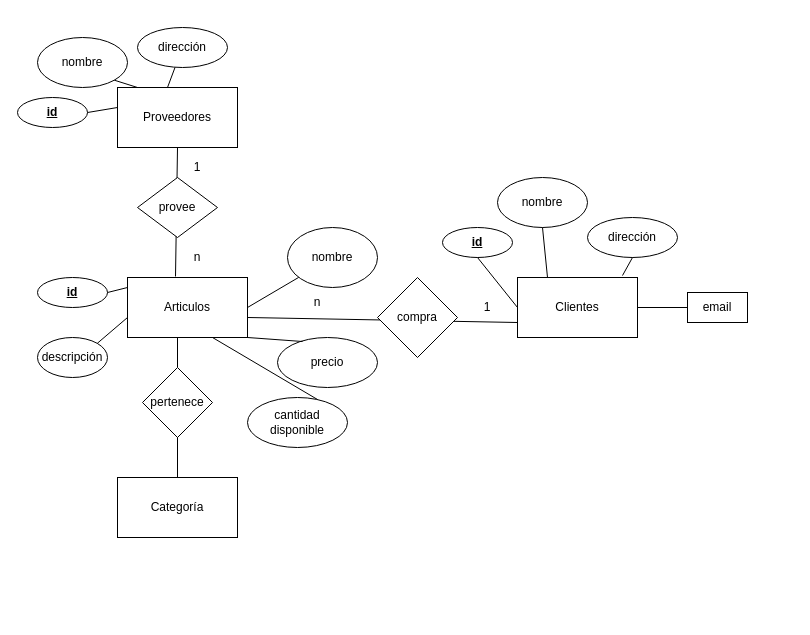
Before: Untitled Diagram.drawio in vivianabm/api-alternativo, a draw.io diagram. Source tidied: cells renumbered, new cells numbered last; positions are measured from the earlier drawing's top-left corner, leaving out a move shared by most shapes. Both pictures are drawn from the tidied source at 100%, with x=0, y=0 at pixel (17, 27).
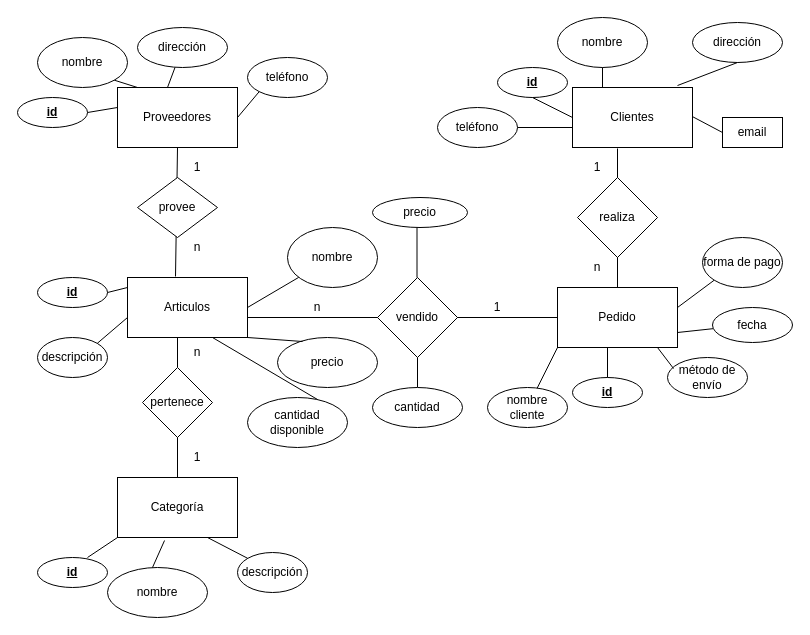
The same diagram, later.

The change refers to these unchanged cells:
```xml
<mxCell id="18" value="Categoría" style="rounded=0;whiteSpace=wrap;html=1;" parent="1" vertex="1">
  <mxGeometry x="100" y="450" width="120" height="60" as="geometry" />
</mxCell>
```

Diff of the diagram source:
```diff
@@
-    <mxCell id="4" value="Clientes" style="rounded=0;whiteSpace=wrap;html=1;" parent="1" vertex="1">
-      <mxGeometry x="500" y="250" width="120" height="60" as="geometry" />
-    </mxCell>
@@
-    <mxCell id="22" style="endArrow=none;html=1;entryX=0;entryY=0.75;entryDx=0;entryDy=0;" parent="1" edge="1" target="4">
+    <mxCell id="22" style="endArrow=none;html=1;" parent="1" edge="1">
       <mxGeometry relative="1" as="geometry">
         <mxPoint x="230" y="290" as="sourcePoint" />
+        <mxPoint x="540" y="290" as="targetPoint" />
       </mxGeometry>
     </mxCell>
@@
     <mxCell id="29" value="&lt;b&gt;&lt;u&gt;id&lt;/u&gt;&lt;/b&gt;" style="ellipse;whiteSpace=wrap;html=1;" parent="1" vertex="1">
-      <mxGeometry x="425" y="200" width="70" height="30" as="geometry" />
+      <mxGeometry x="480" y="40" width="70" height="30" as="geometry" />
     </mxCell>
     <mxCell id="30" value="nombre" style="ellipse;whiteSpace=wrap;html=1;" parent="1" vertex="1">
-      <mxGeometry x="480" y="150" width="90" height="50" as="geometry" />
+      <mxGeometry x="540" y="-10" width="90" height="50" as="geometry" />
     </mxCell>
     <mxCell id="31" value="dirección" style="ellipse;whiteSpace=wrap;html=1;" parent="1" vertex="1">
-      <mxGeometry x="570" y="190" width="90" height="40" as="geometry" />
+      <mxGeometry x="675" y="-5" width="90" height="40" as="geometry" />
     </mxCell>
@@
-    <mxCell id="35" value="1" style="text;html=1;strokeColor=none;fillColor=none;align=center;verticalAlign=middle;whiteSpace=wrap;rounded=0;" parent="1" vertex="1">
-      <mxGeometry x="160" y="130" width="40" height="20" as="geometry" />
-    </mxCell>
-    <mxCell id="36" value="n" style="text;html=1;strokeColor=none;fillColor=none;align=center;verticalAlign=middle;whiteSpace=wrap;rounded=0;" parent="1" vertex="1">
-      <mxGeometry x="160" y="220" width="40" height="20" as="geometry" />
-    </mxCell>
-    <mxCell id="37" value="compra" style="rhombus;whiteSpace=wrap;html=1;" parent="1" vertex="1">
+    <mxCell id="37" value="vendido" style="rhombus;whiteSpace=wrap;html=1;" parent="1" vertex="1">
       <mxGeometry x="360" y="250" width="80" height="80" as="geometry" />
     </mxCell>
-    <mxCell id="38" value="1" style="text;html=1;strokeColor=none;fillColor=none;align=center;verticalAlign=middle;whiteSpace=wrap;rounded=0;" parent="1" vertex="1">
-      <mxGeometry x="450" y="265" width="40" height="30" as="geometry" />
-    </mxCell>
-    <mxCell id="39" value="n" style="text;html=1;strokeColor=none;fillColor=none;align=center;verticalAlign=middle;whiteSpace=wrap;rounded=0;" parent="1" vertex="1">
-      <mxGeometry x="280" y="265" width="40" height="20" as="geometry" />
-    </mxCell>
     <mxCell id="40" value="email" style="rounded=0;whiteSpace=wrap;html=1;" parent="1" vertex="1">
-      <mxGeometry x="670" y="265" width="60" height="30" as="geometry" />
+      <mxGeometry x="705" y="90" width="60" height="30" as="geometry" />
     </mxCell>
-    <mxCell id="41" style="endArrow=none;html=1;entryX=0;entryY=0.5;entryDx=0;entryDy=0;" parent="1" edge="1" target="40">
+    <mxCell id="41" style="endArrow=none;html=1;entryX=0;entryY=0.5;entryDx=0;entryDy=0;startArrow=none;" parent="1" edge="1" source="4" target="40">
       <mxGeometry relative="1" as="geometry">
-        <mxPoint x="620" y="280" as="sourcePoint" />
+        <Array as="points">
+          <mxPoint x="620" y="60" />
+        </Array>
       </mxGeometry>
     </mxCell>
+    <mxCell id="42" style="endArrow=none;html=1;exitX=0.5;exitY=1;exitDx=0;exitDy=0;" parent="1" edge="1" source="37" target="43">
+      <mxGeometry relative="1" as="geometry" />
+    </mxCell>
+    <mxCell id="43" value="cantidad" style="ellipse;whiteSpace=wrap;html=1;" parent="1" vertex="1">
+      <mxGeometry x="355" y="360" width="90" height="40" as="geometry" />
+    </mxCell>
+    <mxCell id="4" value="Clientes" style="rounded=0;whiteSpace=wrap;html=1;" parent="1" vertex="1">
+      <mxGeometry x="555" y="60" width="120" height="60" as="geometry" />
+    </mxCell>
+    <mxCell id="44" value="Pedido" style="rounded=0;whiteSpace=wrap;html=1;" parent="1" vertex="1">
+      <mxGeometry x="540" y="260" width="120" height="60" as="geometry" />
+    </mxCell>
+    <mxCell id="45" style="endArrow=none;html=1;" parent="1" edge="1">
+      <mxGeometry relative="1" as="geometry">
+        <mxPoint x="600" y="260" as="sourcePoint" />
+        <mxPoint x="600" y="121" as="targetPoint" />
+      </mxGeometry>
+    </mxCell>
+    <mxCell id="46" value="nombre" style="ellipse;whiteSpace=wrap;html=1;" parent="1" vertex="1">
+      <mxGeometry x="90" y="540" width="100" height="50" as="geometry" />
+    </mxCell>
+    <mxCell id="47" style="endArrow=none;html=1;entryX=0.392;entryY=1.05;entryDx=0;entryDy=0;entryPerimeter=0;" parent="1" edge="1" target="18">
+      <mxGeometry relative="1" as="geometry">
+        <mxPoint x="135" y="540" as="sourcePoint" />
+      </mxGeometry>
+    </mxCell>
+    <mxCell id="48" value="&lt;b&gt;&lt;u&gt;id&lt;/u&gt;&lt;/b&gt;" style="ellipse;whiteSpace=wrap;html=1;" parent="1" vertex="1">
+      <mxGeometry x="20" y="530" width="70" height="30" as="geometry" />
+    </mxCell>
+    <mxCell id="49" style="endArrow=none;html=1;entryX=0;entryY=1;entryDx=0;entryDy=0;" parent="1" edge="1" target="18">
+      <mxGeometry relative="1" as="geometry">
+        <mxPoint x="70" y="530" as="sourcePoint" />
+      </mxGeometry>
+    </mxCell>
+    <mxCell id="50" value="descripción" style="ellipse;whiteSpace=wrap;html=1;" parent="1" vertex="1">
+      <mxGeometry x="220" y="525" width="70" height="40" as="geometry" />
+    </mxCell>
+    <mxCell id="51" style="endArrow=none;html=1;exitX=0;exitY=0;exitDx=0;exitDy=0;entryX=0.75;entryY=1;entryDx=0;entryDy=0;" parent="1" edge="1" source="50" target="18">
+      <mxGeometry relative="1" as="geometry" />
+    </mxCell>
+    <mxCell id="52" value="&lt;b&gt;&lt;u&gt;id&lt;/u&gt;&lt;/b&gt;" style="ellipse;whiteSpace=wrap;html=1;" parent="1" vertex="1">
+      <mxGeometry x="555" y="350" width="70" height="30" as="geometry" />
+    </mxCell>
+    <mxCell id="53" style="endArrow=none;html=1;exitX=0.5;exitY=0;exitDx=0;exitDy=0;" parent="1" edge="1" source="52">
+      <mxGeometry relative="1" as="geometry">
+        <mxPoint x="590" y="320" as="targetPoint" />
+      </mxGeometry>
+    </mxCell>
+    <mxCell id="54" value="realiza" style="rhombus;whiteSpace=wrap;html=1;" parent="1" vertex="1">
+      <mxGeometry x="560" y="150" width="80" height="80" as="geometry" />
+    </mxCell>
+    <mxCell id="55" value="teléfono" style="ellipse;whiteSpace=wrap;html=1;" parent="1" vertex="1">
+      <mxGeometry x="230" y="30" width="80" height="40" as="geometry" />
+    </mxCell>
+    <mxCell id="56" style="endArrow=none;html=1;entryX=0;entryY=1;entryDx=0;entryDy=0;" parent="1" edge="1" target="55">
+      <mxGeometry relative="1" as="geometry">
+        <mxPoint x="220" y="90" as="sourcePoint" />
+      </mxGeometry>
+    </mxCell>
+    <mxCell id="57" value="teléfono" style="ellipse;whiteSpace=wrap;html=1;" parent="1" vertex="1">
+      <mxGeometry x="420" y="80" width="80" height="40" as="geometry" />
+    </mxCell>
+    <mxCell id="58" style="endArrow=none;html=1;exitX=1;exitY=0.5;exitDx=0;exitDy=0;" parent="1" edge="1" source="57">
+      <mxGeometry relative="1" as="geometry">
+        <mxPoint x="555" y="100" as="targetPoint" />
+      </mxGeometry>
+    </mxCell>
+    <mxCell id="59" style="endArrow=none;html=1;" parent="1" edge="1" target="60">
+      <mxGeometry relative="1" as="geometry">
+        <mxPoint x="660" y="305" as="sourcePoint" />
+      </mxGeometry>
+    </mxCell>
+    <mxCell id="60" value="fecha" style="ellipse;whiteSpace=wrap;html=1;" parent="1" vertex="1">
+      <mxGeometry x="695" y="280" width="80" height="35" as="geometry" />
+    </mxCell>
+    <mxCell id="35" value="1" style="text;html=1;strokeColor=none;fillColor=none;align=center;verticalAlign=middle;whiteSpace=wrap;rounded=0;" parent="1" vertex="1">
+      <mxGeometry x="160" y="130" width="40" height="20" as="geometry" />
+    </mxCell>
+    <mxCell id="61" value="n" style="text;html=1;strokeColor=none;fillColor=none;align=center;verticalAlign=middle;whiteSpace=wrap;rounded=0;" parent="1" vertex="1">
+      <mxGeometry x="160" y="210" width="40" height="20" as="geometry" />
+    </mxCell>
+    <mxCell id="62" value="n" style="text;html=1;strokeColor=none;fillColor=none;align=center;verticalAlign=middle;whiteSpace=wrap;rounded=0;" parent="1" vertex="1">
+      <mxGeometry x="160" y="315" width="40" height="20" as="geometry" />
+    </mxCell>
+    <mxCell id="63" value="1" style="text;html=1;strokeColor=none;fillColor=none;align=center;verticalAlign=middle;whiteSpace=wrap;rounded=0;" parent="1" vertex="1">
+      <mxGeometry x="160" y="420" width="40" height="20" as="geometry" />
+    </mxCell>
+    <mxCell id="64" value="n" style="text;html=1;strokeColor=none;fillColor=none;align=center;verticalAlign=middle;whiteSpace=wrap;rounded=0;" parent="1" vertex="1">
+      <mxGeometry x="280" y="270" width="40" height="20" as="geometry" />
+    </mxCell>
+    <mxCell id="65" value="1" style="text;html=1;strokeColor=none;fillColor=none;align=center;verticalAlign=middle;whiteSpace=wrap;rounded=0;" parent="1" vertex="1">
+      <mxGeometry x="460" y="270" width="40" height="20" as="geometry" />
+    </mxCell>
+    <mxCell id="66" value="n" style="text;html=1;strokeColor=none;fillColor=none;align=center;verticalAlign=middle;whiteSpace=wrap;rounded=0;" parent="1" vertex="1">
+      <mxGeometry x="560" y="230" width="40" height="20" as="geometry" />
+    </mxCell>
+    <mxCell id="67" value="1" style="text;html=1;strokeColor=none;fillColor=none;align=center;verticalAlign=middle;whiteSpace=wrap;rounded=0;" parent="1" vertex="1">
+      <mxGeometry x="560" y="130" width="40" height="20" as="geometry" />
+    </mxCell>
+    <mxCell id="68" style="endArrow=none;html=1;" parent="1" edge="1">
+      <mxGeometry relative="1" as="geometry">
+        <mxPoint x="399.5" y="250" as="sourcePoint" />
+        <mxPoint x="399.5" y="200" as="targetPoint" />
+      </mxGeometry>
+    </mxCell>
+    <mxCell id="69" value="precio" style="ellipse;whiteSpace=wrap;html=1;" parent="1" vertex="1">
+      <mxGeometry x="355" y="170" width="95" height="30" as="geometry" />
+    </mxCell>
+    <mxCell id="70" value="método de envío" style="ellipse;whiteSpace=wrap;html=1;" parent="1" vertex="1">
+      <mxGeometry x="650" y="330" width="80" height="40" as="geometry" />
+    </mxCell>
+    <mxCell id="71" style="endArrow=none;html=1;exitX=0.075;exitY=0.275;exitDx=0;exitDy=0;exitPerimeter=0;" parent="1" edge="1" source="70">
+      <mxGeometry relative="1" as="geometry">
+        <mxPoint x="640" y="320" as="targetPoint" />
+      </mxGeometry>
+    </mxCell>
+    <mxCell id="72" value="forma de pago" style="ellipse;whiteSpace=wrap;html=1;" parent="1" vertex="1">
+      <mxGeometry x="685" y="210" width="80" height="50" as="geometry" />
+    </mxCell>
+    <mxCell id="73" style="endArrow=none;html=1;entryX=0;entryY=1;entryDx=0;entryDy=0;" parent="1" edge="1" target="72">
+      <mxGeometry relative="1" as="geometry">
+        <mxPoint x="660" y="280" as="sourcePoint" />
+      </mxGeometry>
+    </mxCell>
+    <mxCell id="74" style="endArrow=none;html=1;exitX=0;exitY=1;exitDx=0;exitDy=0;" parent="1" edge="1" source="44" target="75">
+      <mxGeometry relative="1" as="geometry" />
+    </mxCell>
+    <mxCell id="75" value="nombre cliente" style="ellipse;whiteSpace=wrap;html=1;" parent="1" vertex="1">
+      <mxGeometry x="470" y="360" width="80" height="40" as="geometry" />
+    </mxCell>
```
